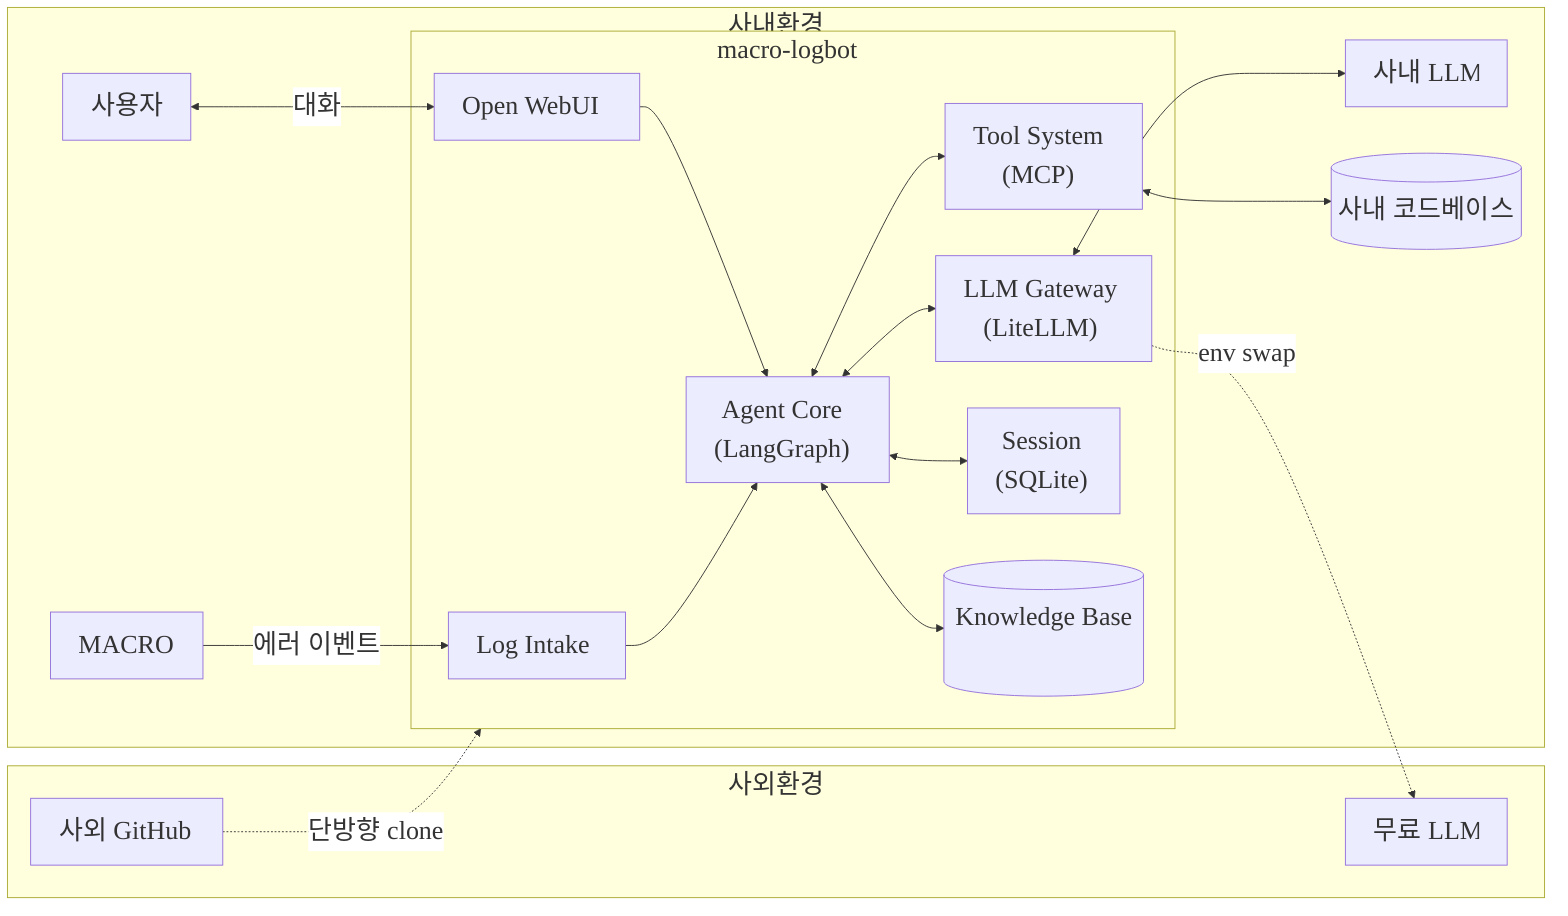
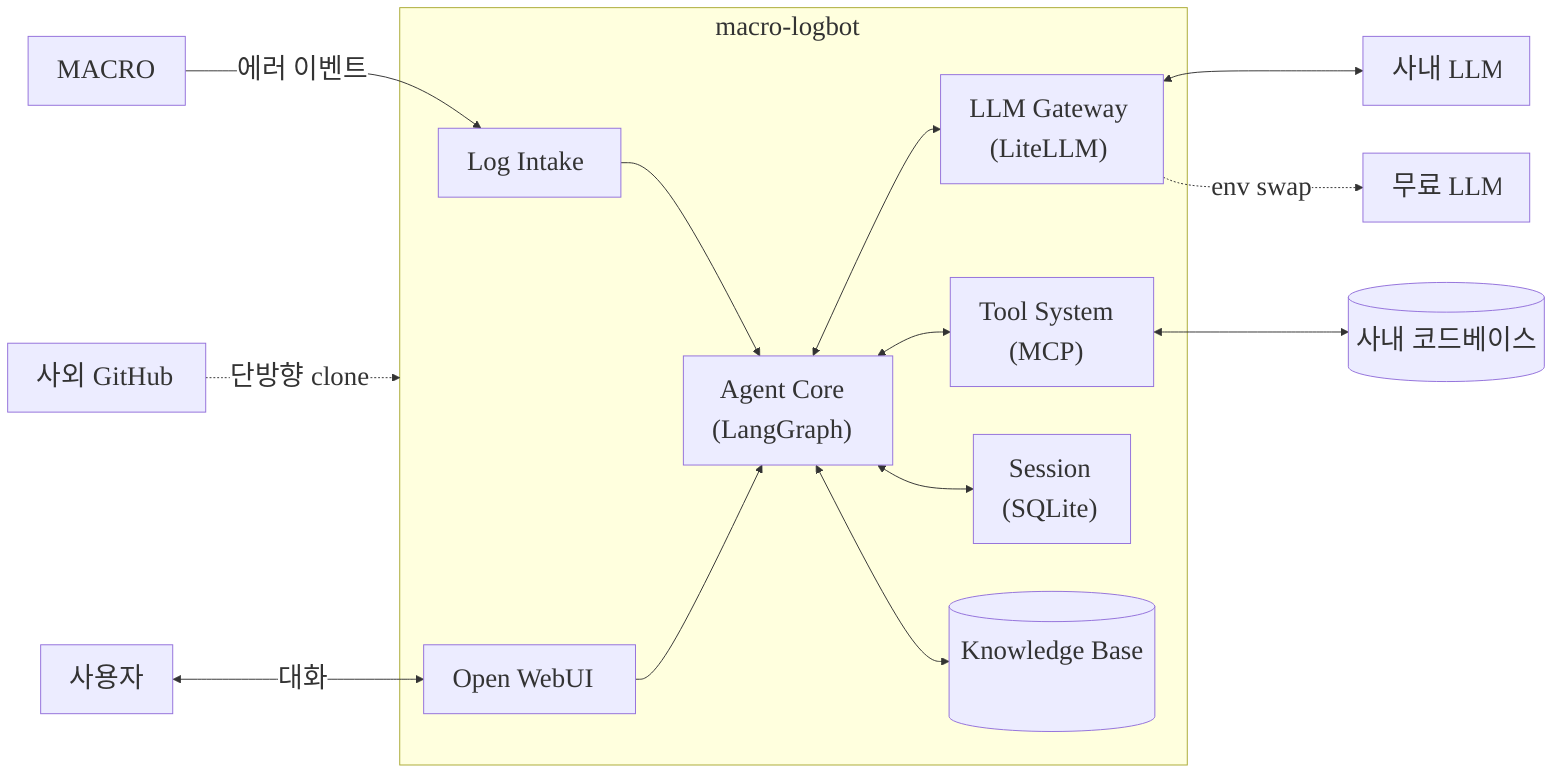
%%{init: {"theme":"default", "themeVariables": {"fontFamily": "Noto Sans CJK KR, sans-serif", "fontSize": "28px", "nodeFontSize": "28px", "edgeLabelBackground":"#fff"}}}%%
flowchart LR
-     subgraph 사외환경
-         GH["사외 GitHub"]
-         FREE["무료 LLM"]
-     end
+     GH["사외 GitHub"]
+     FREE["무료 LLM"]
+     MACRO["MACRO"]
+     LLM["사내 LLM"]
+     CB[("사내 코드베이스")]
+     USER["사용자"]

-     subgraph 사내환경
-         MACRO["MACRO"]
-         LLM["사내 LLM"]
-         CB[("사내 코드베이스")]
-         USER["사용자"]
- 
-         subgraph deploy["macro-logbot"]
-             LI["Log Intake"]
-             UI["Open WebUI"]
-             AC["Agent Core<br/>(LangGraph)"]
-             LG["LLM Gateway<br/>(LiteLLM)"]
-             TS["Tool System<br/>(MCP)"]
-             SC["Session<br/>(SQLite)"]
-             KB[("Knowledge Base")]
-         end
+     subgraph deploy["macro-logbot"]
+         LI["Log Intake"]
+         UI["Open WebUI"]
+         AC["Agent Core<br/>(LangGraph)"]
+         LG["LLM Gateway<br/>(LiteLLM)"]
+         TS["Tool System<br/>(MCP)"]
+         SC["Session<br/>(SQLite)"]
+         KB[("Knowledge Base")]
    end

    MACRO -->|"에러 이벤트"| LI
    LI --> AC
    USER <-->|"대화"| UI
    UI --> AC
    AC <--> LG
    LG <--> LLM
    LG -.->|"env swap"| FREE
    AC <--> TS
    TS <--> CB
    AC <--> SC
    AC <--> KB
    GH -.->|"단방향 clone"| deploy
